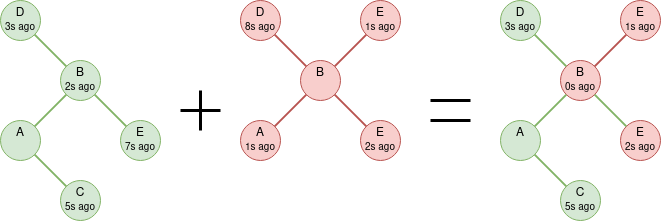
Earlier version of the draw.io export images/lsa.png (benmandrew/DTLSR-Dissertation). Source tidied: cells renumbered, new cells last; positions are measured from the earlier drawing's top-left corner, leaving out a move shared by most shapes.
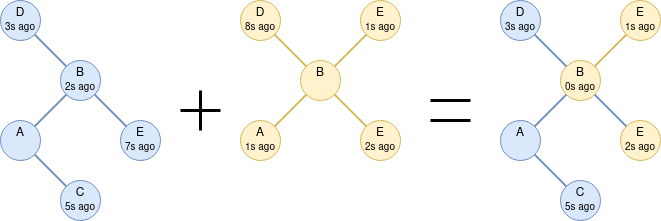
Above is the later version.

Commit message:
starting on preparation plus changed diagram for colour blindness

What changed in the source:
```diff
@@ -2,58 +2,58 @@
   <root>
     <mxCell id="0" />
     <mxCell id="1" parent="0" />
-    <mxCell id="2" value="&lt;div&gt;A&lt;/div&gt;&lt;font style=&quot;font-size: 10px&quot;&gt;&lt;br&gt;&lt;/font&gt;" style="ellipse;whiteSpace=wrap;html=1;fillColor=#d5e8d4;strokeColor=#82b366;" parent="1" vertex="1">
+    <mxCell id="2" value="&lt;div&gt;A&lt;/div&gt;&lt;font style=&quot;font-size: 10px&quot;&gt;&lt;br&gt;&lt;/font&gt;" style="ellipse;whiteSpace=wrap;html=1;fillColor=#dae8fc;strokeColor=#6c8ebf;" parent="1" vertex="1">
       <mxGeometry y="120" width="40" height="40" as="geometry" />
     </mxCell>
-    <mxCell id="3" value="&lt;div&gt;C&lt;/div&gt;&lt;div&gt;&lt;font style=&quot;font-size: 10px&quot;&gt;5s ago&lt;/font&gt;&lt;/div&gt;" style="ellipse;whiteSpace=wrap;html=1;fillColor=#d5e8d4;strokeColor=#82b366;" parent="1" vertex="1">
+    <mxCell id="3" value="&lt;div&gt;C&lt;/div&gt;&lt;div&gt;&lt;font style=&quot;font-size: 10px&quot;&gt;5s ago&lt;/font&gt;&lt;/div&gt;" style="ellipse;whiteSpace=wrap;html=1;fillColor=#dae8fc;strokeColor=#6c8ebf;" parent="1" vertex="1">
       <mxGeometry x="60" y="180" width="40" height="40" as="geometry" />
     </mxCell>
-    <mxCell id="4" value="B&lt;br&gt;&lt;div&gt;&lt;font style=&quot;font-size: 10px&quot;&gt;2s ago&lt;/font&gt;&lt;/div&gt;" style="ellipse;whiteSpace=wrap;html=1;fillColor=#d5e8d4;strokeColor=#82b366;" parent="1" vertex="1">
+    <mxCell id="4" value="B&lt;br&gt;&lt;div&gt;&lt;font style=&quot;font-size: 10px&quot;&gt;2s ago&lt;/font&gt;&lt;/div&gt;" style="ellipse;whiteSpace=wrap;html=1;fillColor=#dae8fc;strokeColor=#6c8ebf;" parent="1" vertex="1">
       <mxGeometry x="60" y="60" width="40" height="40" as="geometry" />
     </mxCell>
-    <mxCell id="5" value="&lt;div&gt;D&lt;/div&gt;&lt;div&gt;&lt;font style=&quot;font-size: 10px&quot;&gt;3s ago&lt;/font&gt;&lt;/div&gt;" style="ellipse;whiteSpace=wrap;html=1;fillColor=#d5e8d4;strokeColor=#82b366;" parent="1" vertex="1">
+    <mxCell id="5" value="&lt;div&gt;D&lt;/div&gt;&lt;div&gt;&lt;font style=&quot;font-size: 10px&quot;&gt;3s ago&lt;/font&gt;&lt;/div&gt;" style="ellipse;whiteSpace=wrap;html=1;fillColor=#dae8fc;strokeColor=#6c8ebf;" parent="1" vertex="1">
       <mxGeometry width="40" height="40" as="geometry" />
     </mxCell>
-    <mxCell id="6" value="&lt;div&gt;E&lt;/div&gt;&lt;div&gt;&lt;font style=&quot;font-size: 10px&quot;&gt;1s ago&lt;/font&gt;&lt;/div&gt;" style="ellipse;whiteSpace=wrap;html=1;fillColor=#f8cecc;strokeColor=#b85450;" parent="1" vertex="1">
+    <mxCell id="6" value="&lt;div&gt;E&lt;/div&gt;&lt;div&gt;&lt;font style=&quot;font-size: 10px&quot;&gt;1s ago&lt;/font&gt;&lt;/div&gt;" style="ellipse;whiteSpace=wrap;html=1;fillColor=#fff2cc;strokeColor=#d6b656;" parent="1" vertex="1">
       <mxGeometry x="360" width="40" height="40" as="geometry" />
     </mxCell>
-    <mxCell id="7" value="&lt;div&gt;E&lt;/div&gt;&lt;div&gt;&lt;font style=&quot;font-size: 10px&quot;&gt;7s ago&lt;/font&gt;&lt;/div&gt;" style="ellipse;whiteSpace=wrap;html=1;fillColor=#d5e8d4;strokeColor=#82b366;" parent="1" vertex="1">
+    <mxCell id="7" value="&lt;div&gt;E&lt;/div&gt;&lt;div&gt;&lt;font style=&quot;font-size: 10px&quot;&gt;7s ago&lt;/font&gt;&lt;/div&gt;" style="ellipse;whiteSpace=wrap;html=1;fillColor=#dae8fc;strokeColor=#6c8ebf;" parent="1" vertex="1">
       <mxGeometry x="120" y="120" width="40" height="40" as="geometry" />
     </mxCell>
-    <mxCell id="8" style="endArrow=none;html=1;rounded=0;exitX=1;exitY=0;exitDx=0;exitDy=0;entryX=0;entryY=1;entryDx=0;entryDy=0;strokeWidth=2;fillColor=#d5e8d4;strokeColor=#82b366;" parent="1" edge="1" source="2" target="4">
+    <mxCell id="8" style="endArrow=none;html=1;rounded=0;exitX=1;exitY=0;exitDx=0;exitDy=0;entryX=0;entryY=1;entryDx=0;entryDy=0;strokeWidth=2;fillColor=#dae8fc;strokeColor=#6c8ebf;" parent="1" edge="1" source="2" target="4">
       <mxGeometry relative="1" as="geometry" />
     </mxCell>
-    <mxCell id="9" style="endArrow=none;html=1;rounded=0;exitX=1;exitY=1;exitDx=0;exitDy=0;entryX=0;entryY=0;entryDx=0;entryDy=0;strokeWidth=2;fillColor=#d5e8d4;strokeColor=#82b366;" parent="1" edge="1" source="2" target="3">
+    <mxCell id="9" style="endArrow=none;html=1;rounded=0;exitX=1;exitY=1;exitDx=0;exitDy=0;entryX=0;entryY=0;entryDx=0;entryDy=0;strokeWidth=2;fillColor=#dae8fc;strokeColor=#6c8ebf;" parent="1" edge="1" source="2" target="3">
       <mxGeometry relative="1" as="geometry" />
     </mxCell>
-    <mxCell id="10" style="endArrow=none;html=1;rounded=0;exitX=1;exitY=1;exitDx=0;exitDy=0;entryX=0;entryY=0;entryDx=0;entryDy=0;strokeWidth=2;fillColor=#d5e8d4;strokeColor=#82b366;" parent="1" edge="1" source="4" target="7">
+    <mxCell id="10" style="endArrow=none;html=1;rounded=0;exitX=1;exitY=1;exitDx=0;exitDy=0;entryX=0;entryY=0;entryDx=0;entryDy=0;strokeWidth=2;fillColor=#dae8fc;strokeColor=#6c8ebf;" parent="1" edge="1" source="4" target="7">
       <mxGeometry relative="1" as="geometry" />
     </mxCell>
-    <mxCell id="11" style="endArrow=none;html=1;rounded=0;exitX=0;exitY=0;exitDx=0;exitDy=0;entryX=1;entryY=1;entryDx=0;entryDy=0;strokeWidth=2;fillColor=#d5e8d4;strokeColor=#82b366;" parent="1" edge="1" source="4" target="5">
+    <mxCell id="11" style="endArrow=none;html=1;rounded=0;exitX=0;exitY=0;exitDx=0;exitDy=0;entryX=1;entryY=1;entryDx=0;entryDy=0;strokeWidth=2;fillColor=#dae8fc;strokeColor=#6c8ebf;" parent="1" edge="1" source="4" target="5">
       <mxGeometry relative="1" as="geometry" />
     </mxCell>
-    <mxCell id="12" style="endArrow=none;html=1;rounded=0;exitX=1;exitY=0;exitDx=0;exitDy=0;entryX=0;entryY=1;entryDx=0;entryDy=0;strokeWidth=2;fillColor=#f8cecc;strokeColor=#b85450;" parent="1" edge="1" source="14" target="6">
+    <mxCell id="12" style="endArrow=none;html=1;rounded=0;exitX=1;exitY=0;exitDx=0;exitDy=0;entryX=0;entryY=1;entryDx=0;entryDy=0;strokeWidth=2;fillColor=#fff2cc;strokeColor=#d6b656;" parent="1" edge="1" source="14" target="6">
       <mxGeometry relative="1" as="geometry" />
     </mxCell>
-    <mxCell id="13" value="&lt;div&gt;A&lt;/div&gt;&lt;font style=&quot;font-size: 10px&quot;&gt;1s ago&lt;/font&gt;" style="ellipse;whiteSpace=wrap;html=1;fillColor=#f8cecc;strokeColor=#b85450;" parent="1" vertex="1">
+    <mxCell id="13" value="&lt;div&gt;A&lt;/div&gt;&lt;font style=&quot;font-size: 10px&quot;&gt;1s ago&lt;/font&gt;" style="ellipse;whiteSpace=wrap;html=1;fillColor=#fff2cc;strokeColor=#d6b656;" parent="1" vertex="1">
       <mxGeometry x="240" y="120" width="40" height="40" as="geometry" />
     </mxCell>
-    <mxCell id="14" value="B&lt;br&gt;&lt;div&gt;&lt;font style=&quot;font-size: 10px&quot;&gt;&lt;br&gt;&lt;/font&gt;&lt;/div&gt;" style="ellipse;whiteSpace=wrap;html=1;fillColor=#f8cecc;strokeColor=#b85450;" parent="1" vertex="1">
+    <mxCell id="14" value="B&lt;br&gt;&lt;div&gt;&lt;font style=&quot;font-size: 10px&quot;&gt;&lt;br&gt;&lt;/font&gt;&lt;/div&gt;" style="ellipse;whiteSpace=wrap;html=1;fillColor=#fff2cc;strokeColor=#d6b656;" parent="1" vertex="1">
       <mxGeometry x="300" y="60" width="40" height="40" as="geometry" />
     </mxCell>
-    <mxCell id="15" value="&lt;div&gt;D&lt;/div&gt;&lt;div&gt;&lt;font style=&quot;font-size: 10px&quot;&gt;8s ago&lt;/font&gt;&lt;/div&gt;" style="ellipse;whiteSpace=wrap;html=1;fillColor=#f8cecc;strokeColor=#b85450;" parent="1" vertex="1">
+    <mxCell id="15" value="&lt;div&gt;D&lt;/div&gt;&lt;div&gt;&lt;font style=&quot;font-size: 10px&quot;&gt;8s ago&lt;/font&gt;&lt;/div&gt;" style="ellipse;whiteSpace=wrap;html=1;fillColor=#fff2cc;strokeColor=#d6b656;" parent="1" vertex="1">
       <mxGeometry x="240" width="40" height="40" as="geometry" />
     </mxCell>
-    <mxCell id="16" value="&lt;div&gt;E&lt;br&gt;&lt;/div&gt;&lt;font style=&quot;font-size: 10px&quot;&gt;2s ago&lt;/font&gt;" style="ellipse;whiteSpace=wrap;html=1;fillColor=#f8cecc;strokeColor=#b85450;" parent="1" vertex="1">
+    <mxCell id="16" value="&lt;div&gt;E&lt;br&gt;&lt;/div&gt;&lt;font style=&quot;font-size: 10px&quot;&gt;2s ago&lt;/font&gt;" style="ellipse;whiteSpace=wrap;html=1;fillColor=#fff2cc;strokeColor=#d6b656;" parent="1" vertex="1">
       <mxGeometry x="360" y="120" width="40" height="40" as="geometry" />
     </mxCell>
-    <mxCell id="17" style="endArrow=none;html=1;rounded=0;exitX=1;exitY=0;exitDx=0;exitDy=0;entryX=0;entryY=1;entryDx=0;entryDy=0;strokeWidth=2;fillColor=#f8cecc;strokeColor=#b85450;" parent="1" edge="1" source="13" target="14">
+    <mxCell id="17" style="endArrow=none;html=1;rounded=0;exitX=1;exitY=0;exitDx=0;exitDy=0;entryX=0;entryY=1;entryDx=0;entryDy=0;strokeWidth=2;fillColor=#fff2cc;strokeColor=#d6b656;" parent="1" edge="1" source="13" target="14">
       <mxGeometry relative="1" as="geometry" />
     </mxCell>
-    <mxCell id="18" style="endArrow=none;html=1;rounded=0;exitX=1;exitY=1;exitDx=0;exitDy=0;entryX=0;entryY=0;entryDx=0;entryDy=0;strokeWidth=2;fillColor=#f8cecc;strokeColor=#b85450;" parent="1" edge="1" source="14" target="16">
+    <mxCell id="18" style="endArrow=none;html=1;rounded=0;exitX=1;exitY=1;exitDx=0;exitDy=0;entryX=0;entryY=0;entryDx=0;entryDy=0;strokeWidth=2;fillColor=#fff2cc;strokeColor=#d6b656;" parent="1" edge="1" source="14" target="16">
       <mxGeometry relative="1" as="geometry" />
     </mxCell>
-    <mxCell id="19" style="endArrow=none;html=1;rounded=0;exitX=0;exitY=0;exitDx=0;exitDy=0;entryX=1;entryY=1;entryDx=0;entryDy=0;strokeWidth=2;fillColor=#f8cecc;strokeColor=#b85450;" parent="1" edge="1" source="14" target="15">
+    <mxCell id="19" style="endArrow=none;html=1;rounded=0;exitX=0;exitY=0;exitDx=0;exitDy=0;entryX=1;entryY=1;entryDx=0;entryDy=0;strokeWidth=2;fillColor=#fff2cc;strokeColor=#d6b656;" parent="1" edge="1" source="14" target="15">
       <mxGeometry relative="1" as="geometry" />
     </mxCell>
     <mxCell id="20" style="endArrow=none;html=1;rounded=0;fontSize=10;strokeWidth=3;" parent="1" edge="1">
@@ -80,37 +80,37 @@
         <mxPoint x="430" y="120" as="targetPoint" />
       </mxGeometry>
     </mxCell>
-    <mxCell id="24" value="&lt;div&gt;A&lt;/div&gt;&lt;font style=&quot;font-size: 10px&quot;&gt;&lt;br&gt;&lt;/font&gt;" style="ellipse;whiteSpace=wrap;html=1;fillColor=#d5e8d4;strokeColor=#82b366;" parent="1" vertex="1">
+    <mxCell id="24" value="&lt;div&gt;A&lt;/div&gt;&lt;font style=&quot;font-size: 10px&quot;&gt;&lt;br&gt;&lt;/font&gt;" style="ellipse;whiteSpace=wrap;html=1;fillColor=#dae8fc;strokeColor=#6c8ebf;" parent="1" vertex="1">
       <mxGeometry x="500" y="120" width="40" height="40" as="geometry" />
     </mxCell>
-    <mxCell id="25" value="&lt;div&gt;C&lt;/div&gt;&lt;div&gt;&lt;font style=&quot;font-size: 10px&quot;&gt;5s ago&lt;/font&gt;&lt;/div&gt;" style="ellipse;whiteSpace=wrap;html=1;fillColor=#d5e8d4;strokeColor=#82b366;" parent="1" vertex="1">
+    <mxCell id="25" value="&lt;div&gt;C&lt;/div&gt;&lt;div&gt;&lt;font style=&quot;font-size: 10px&quot;&gt;5s ago&lt;/font&gt;&lt;/div&gt;" style="ellipse;whiteSpace=wrap;html=1;fillColor=#dae8fc;strokeColor=#6c8ebf;" parent="1" vertex="1">
       <mxGeometry x="560" y="180" width="40" height="40" as="geometry" />
     </mxCell>
-    <mxCell id="26" value="B&lt;br&gt;&lt;div&gt;&lt;font style=&quot;font-size: 10px&quot;&gt;0s ago&lt;/font&gt;&lt;/div&gt;" style="ellipse;whiteSpace=wrap;html=1;fillColor=#f8cecc;strokeColor=#b85450;" parent="1" vertex="1">
+    <mxCell id="26" value="B&lt;br&gt;&lt;div&gt;&lt;font style=&quot;font-size: 10px&quot;&gt;0s ago&lt;/font&gt;&lt;/div&gt;" style="ellipse;whiteSpace=wrap;html=1;fillColor=#fff2cc;strokeColor=#d6b656;" parent="1" vertex="1">
       <mxGeometry x="560" y="60" width="40" height="40" as="geometry" />
     </mxCell>
-    <mxCell id="27" value="&lt;div&gt;D&lt;/div&gt;&lt;div&gt;&lt;font style=&quot;font-size: 10px&quot;&gt;3s ago&lt;/font&gt;&lt;/div&gt;" style="ellipse;whiteSpace=wrap;html=1;fillColor=#d5e8d4;strokeColor=#82b366;" parent="1" vertex="1">
+    <mxCell id="27" value="&lt;div&gt;D&lt;/div&gt;&lt;div&gt;&lt;font style=&quot;font-size: 10px&quot;&gt;3s ago&lt;/font&gt;&lt;/div&gt;" style="ellipse;whiteSpace=wrap;html=1;fillColor=#dae8fc;strokeColor=#6c8ebf;" parent="1" vertex="1">
       <mxGeometry x="500" width="40" height="40" as="geometry" />
     </mxCell>
-    <mxCell id="28" value="&lt;div&gt;E&lt;/div&gt;&lt;div&gt;&lt;font style=&quot;font-size: 10px&quot;&gt;2s ago&lt;/font&gt;&lt;/div&gt;" style="ellipse;whiteSpace=wrap;html=1;fillColor=#f8cecc;strokeColor=#b85450;" parent="1" vertex="1">
+    <mxCell id="28" value="&lt;div&gt;E&lt;/div&gt;&lt;div&gt;&lt;font style=&quot;font-size: 10px&quot;&gt;2s ago&lt;/font&gt;&lt;/div&gt;" style="ellipse;whiteSpace=wrap;html=1;fillColor=#fff2cc;strokeColor=#d6b656;" parent="1" vertex="1">
       <mxGeometry x="620" y="120" width="40" height="40" as="geometry" />
     </mxCell>
-    <mxCell id="29" style="endArrow=none;html=1;rounded=0;exitX=1;exitY=0;exitDx=0;exitDy=0;entryX=0;entryY=1;entryDx=0;entryDy=0;strokeWidth=2;fillColor=#d5e8d4;strokeColor=#82b366;" parent="1" edge="1" source="24" target="26">
+    <mxCell id="29" style="endArrow=none;html=1;rounded=0;exitX=1;exitY=0;exitDx=0;exitDy=0;entryX=0;entryY=1;entryDx=0;entryDy=0;strokeWidth=2;fillColor=#dae8fc;strokeColor=#6c8ebf;" parent="1" edge="1" source="24" target="26">
       <mxGeometry relative="1" as="geometry" />
     </mxCell>
-    <mxCell id="30" style="endArrow=none;html=1;rounded=0;exitX=1;exitY=1;exitDx=0;exitDy=0;entryX=0;entryY=0;entryDx=0;entryDy=0;strokeWidth=2;fillColor=#d5e8d4;strokeColor=#82b366;" parent="1" edge="1" source="24" target="25">
+    <mxCell id="30" style="endArrow=none;html=1;rounded=0;exitX=1;exitY=1;exitDx=0;exitDy=0;entryX=0;entryY=0;entryDx=0;entryDy=0;strokeWidth=2;fillColor=#dae8fc;strokeColor=#6c8ebf;" parent="1" edge="1" source="24" target="25">
       <mxGeometry relative="1" as="geometry" />
     </mxCell>
-    <mxCell id="31" style="endArrow=none;html=1;rounded=0;exitX=1;exitY=1;exitDx=0;exitDy=0;entryX=0;entryY=0;entryDx=0;entryDy=0;strokeWidth=2;fillColor=#d5e8d4;strokeColor=#82b366;" parent="1" edge="1" source="26" target="28">
+    <mxCell id="31" style="endArrow=none;html=1;rounded=0;exitX=1;exitY=1;exitDx=0;exitDy=0;entryX=0;entryY=0;entryDx=0;entryDy=0;strokeWidth=2;fillColor=#dae8fc;strokeColor=#6c8ebf;" parent="1" edge="1" source="26" target="28">
       <mxGeometry relative="1" as="geometry" />
     </mxCell>
-    <mxCell id="32" style="endArrow=none;html=1;rounded=0;exitX=0;exitY=0;exitDx=0;exitDy=0;entryX=1;entryY=1;entryDx=0;entryDy=0;strokeWidth=2;fillColor=#d5e8d4;strokeColor=#82b366;" parent="1" edge="1" source="26" target="27">
+    <mxCell id="32" style="endArrow=none;html=1;rounded=0;exitX=0;exitY=0;exitDx=0;exitDy=0;entryX=1;entryY=1;entryDx=0;entryDy=0;strokeWidth=2;fillColor=#dae8fc;strokeColor=#6c8ebf;" parent="1" edge="1" source="26" target="27">
       <mxGeometry relative="1" as="geometry" />
     </mxCell>
-    <mxCell id="33" value="&lt;div&gt;E&lt;/div&gt;&lt;div&gt;&lt;font style=&quot;font-size: 10px&quot;&gt;1s ago&lt;/font&gt;&lt;/div&gt;" style="ellipse;whiteSpace=wrap;html=1;fillColor=#f8cecc;strokeColor=#b85450;" parent="1" vertex="1">
+    <mxCell id="33" value="&lt;div&gt;E&lt;/div&gt;&lt;div&gt;&lt;font style=&quot;font-size: 10px&quot;&gt;1s ago&lt;/font&gt;&lt;/div&gt;" style="ellipse;whiteSpace=wrap;html=1;fillColor=#fff2cc;strokeColor=#d6b656;" parent="1" vertex="1">
       <mxGeometry x="620" width="40" height="40" as="geometry" />
     </mxCell>
-    <mxCell id="34" style="endArrow=none;html=1;rounded=0;exitX=1;exitY=0;exitDx=0;exitDy=0;entryX=0;entryY=1;entryDx=0;entryDy=0;fillColor=#f8cecc;strokeColor=#b85450;strokeWidth=2;" parent="1" edge="1" source="26" target="33">
+    <mxCell id="34" style="endArrow=none;html=1;rounded=0;exitX=1;exitY=0;exitDx=0;exitDy=0;entryX=0;entryY=1;entryDx=0;entryDy=0;fillColor=#fff2cc;strokeColor=#d6b656;strokeWidth=2;" parent="1" edge="1" source="26" target="33">
       <mxGeometry relative="1" as="geometry" />
     </mxCell>
   </root>
```
